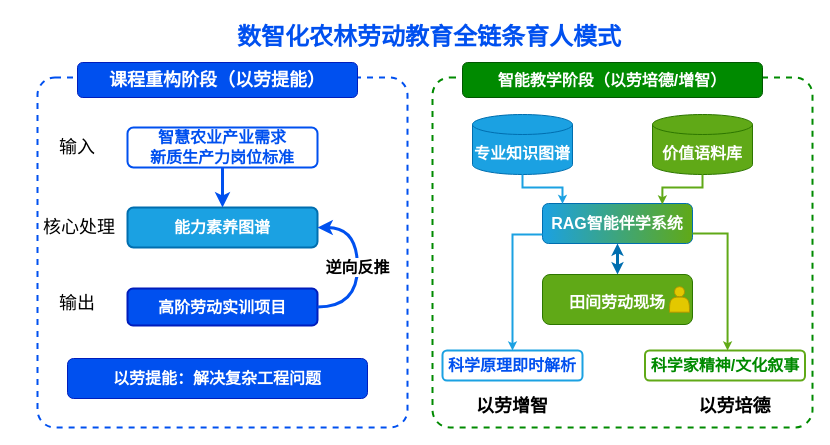
Before: 1.14.drawio in handsome-tony/picture, a draw.io diagram. Source tidied: cells renumbered, new cells numbered last; positions are measured from the earlier drawing's top-left corner, leaving out a move shared by most shapes. Both pictures are drawn from the tidied source at 100%, with x=0, y=0 at pixel (17, 17).
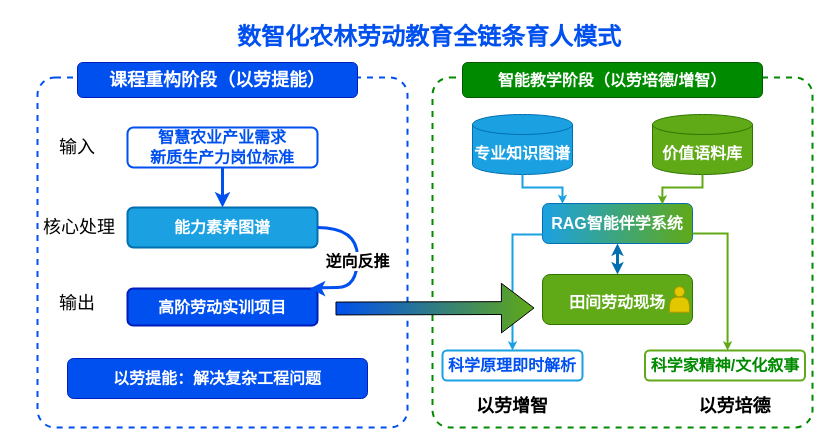
The same page after the edit.

The change refers to these unchanged cells:
```xml
<mxCell id="10" value="&lt;font style=&quot;font-size: 16px;&quot;&gt;能力素养图谱&lt;/font&gt;" style="rounded=1;whiteSpace=wrap;html=1;fillColor=#1ba1e2;strokeColor=#006EAF;strokeWidth=2;fontStyle=1;fontSize=14;fontColor=#ffffff;" parent="1" vertex="1">
  <mxGeometry x="110" y="190" width="190" height="40" as="geometry" />
</mxCell>
<mxCell id="11" value="&lt;font style=&quot;font-size: 16px;&quot;&gt;高阶劳动实训项目&lt;/font&gt;" style="rounded=1;whiteSpace=wrap;html=1;fillColor=#0050EF;strokeColor=#001DBC;strokeWidth=2;fontStyle=1;fontSize=14;fontColor=#ffffff;" parent="1" vertex="1">
  <mxGeometry x="110" y="271" width="190" height="37" as="geometry" />
</mxCell>
```

Diff of the diagram source:
```diff
@@
-    <mxCell id="14" value="&lt;font style=&quot;font-size: 16px;&quot;&gt;逆向反推&lt;/font&gt;" style="edgeStyle=orthogonalEdgeStyle;curved=1;html=1;strokeColor=#0050EF;strokeWidth=3;fontSize=12;fontStyle=1;exitX=1;exitY=0.5;exitDx=0;exitDy=0;entryX=1;entryY=0.5;entryDx=0;entryDy=0;fillColor=#0050EF;" parent="1" edge="1" source="11" target="10">
+    <mxCell id="14" value="&lt;font style=&quot;font-size: 16px;&quot;&gt;逆向反推&lt;/font&gt;" style="edgeStyle=orthogonalEdgeStyle;curved=1;html=1;strokeColor=#0050EF;strokeWidth=3;fontSize=12;fontStyle=1;exitX=1;exitY=0.5;exitDx=0;exitDy=0;entryX=0.96;entryY=0.002;entryDx=0;entryDy=0;fillColor=#0050EF;entryPerimeter=0;" parent="1" edge="1" source="10" target="11">
       <mxGeometry relative="1" as="geometry">
         <Array as="points">
-          <mxPoint x="340" y="290" />
           <mxPoint x="340" y="210" />
+          <mxPoint x="340" y="270" />
+          <mxPoint x="300" y="270" />
+          <mxPoint x="300" y="271" />
         </Array>
       </mxGeometry>
     </mxCell>
@@
+    <mxCell id="31" style="shape=flexArrow;endArrow=classic;html=1;rounded=0;entryX=0;entryY=0.75;entryDx=0;entryDy=0;endWidth=35.714285714285715;endSize=10.519047619047619;width=12.857142857142856;fillColor=#0050EF;gradientColor=#60A917;gradientDirection=east;" parent="1" edge="1">
+      <mxGeometry relative="1" as="geometry">
+        <mxPoint x="318" y="291" as="sourcePoint" />
+        <mxPoint x="517" y="290.5" as="targetPoint" />
+      </mxGeometry>
+    </mxCell>
```
